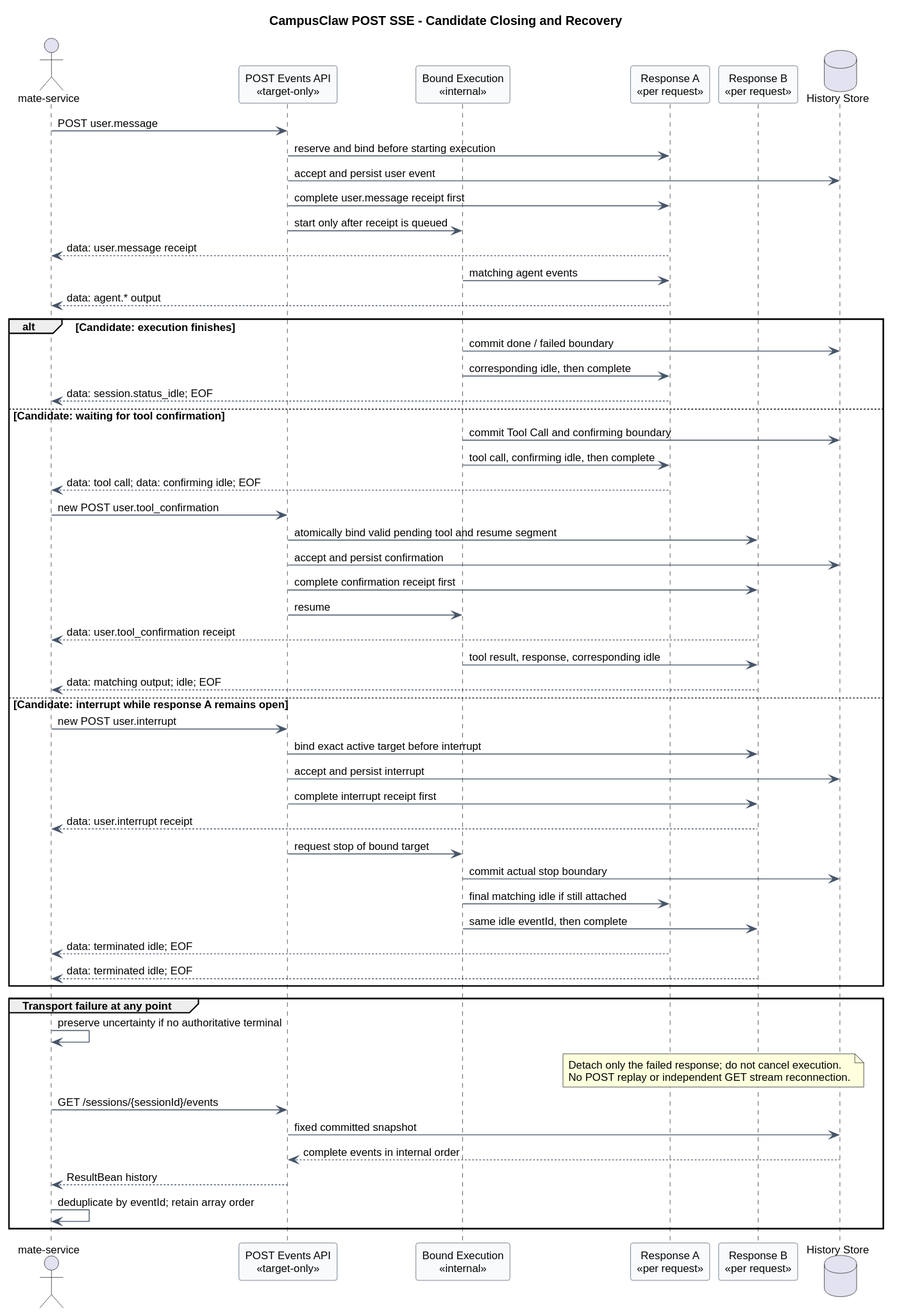
ssm0808/pi-mono-java-design keeps this PlantUML diagram as 01-总体架构/01-CampusClaw多Agent运行时/设计图/事件接口重设计/target_session_live_stream_lifecycle.svg. Above is the earlier version.
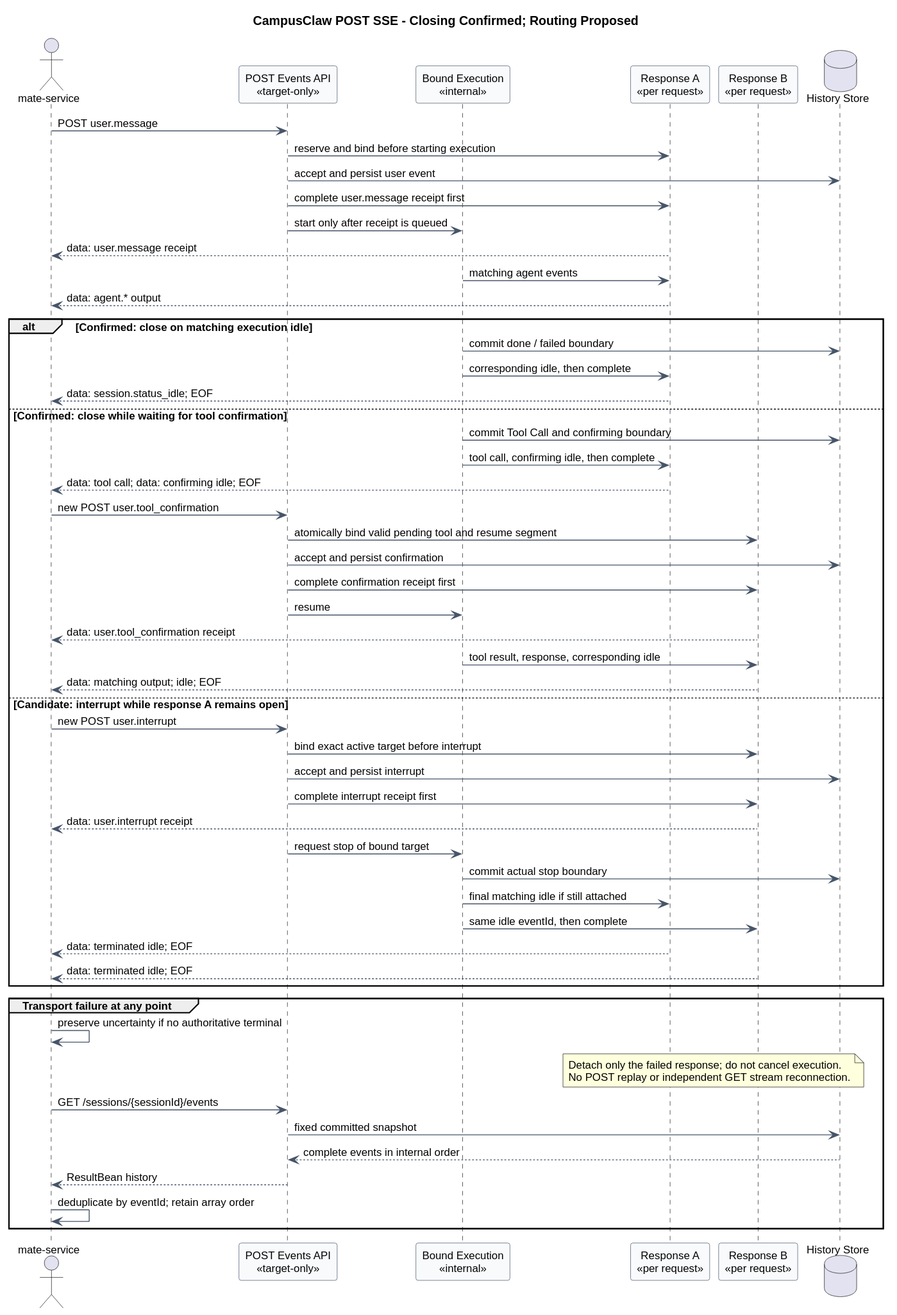
After the commit.

Commit message:
docs(runtime): 确认 POST SSE 的 idle 结束规则

What changed in the source:
```diff
@@ -1,5 +1,5 @@
 @startuml
-title CampusClaw POST SSE - Candidate Closing and Recovery
+title CampusClaw POST SSE - Closing Confirmed; Routing Proposed
 skinparam backgroundColor #FFFFFF
 skinparam shadowing false
 skinparam defaultFontName Arial
@@ -25,11 +25,11 @@
 Execution -> A : matching agent events
 A --> Client : data: agent.* output
 
-alt Candidate: execution finishes
+alt Confirmed: close on matching execution idle
   Execution -> Store : commit done / failed boundary
   Execution -> A : corresponding idle, then complete
   A --> Client : data: session.status_idle; EOF
-else Candidate: waiting for tool confirmation
+else Confirmed: close while waiting for tool confirmation
   Execution -> Store : commit Tool Call and confirming boundary
   Execution -> A : tool call, confirming idle, then complete
   A --> Client : data: tool call; data: confirming idle; EOF
```
